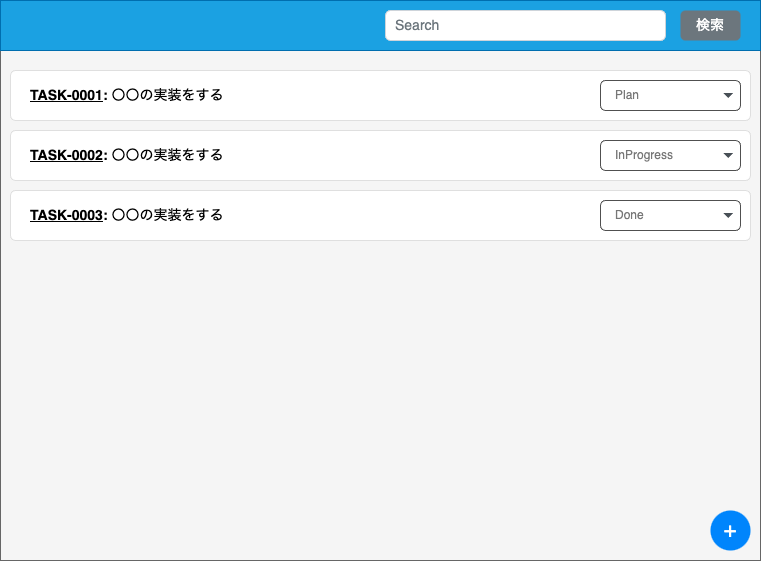
kanorix/task_management_app keeps this draw.io diagram as screen_desgin/assets/task_list.drawio.png. Above is the earlier version. Source tidied: cells renumbered, new cells last; positions are measured from the earlier drawing's top-left corner, leaving out a move shared by most shapes.
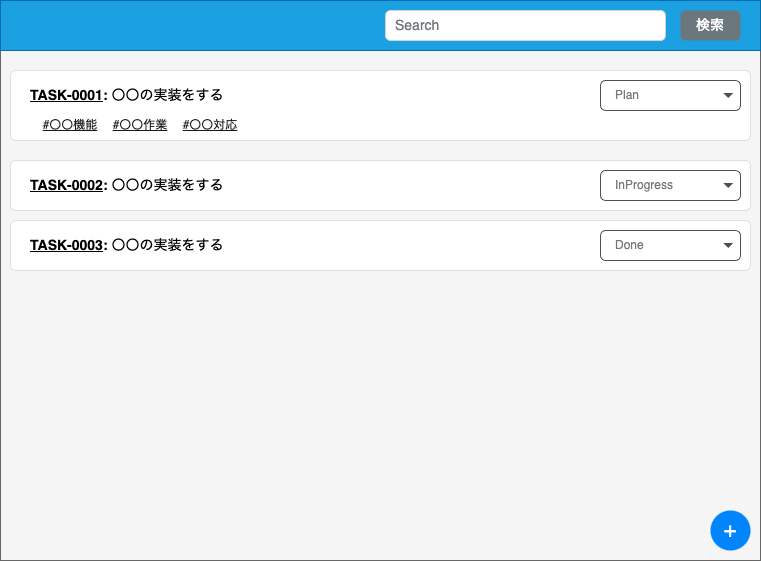
After the commit.

What changed in the source:
```diff
@@ -6,7 +6,7 @@
       <mxGeometry width="760" height="560" as="geometry" />
     </mxCell>
     <mxCell id="3" style="html=1;shadow=0;dashed=0;shape=mxgraph.bootstrap.rrect;rSize=5;strokeColor=#DFDFDF;html=1;whiteSpace=wrap;fillColor=#FFFFFF;fontColor=#000000;rounded=0;" parent="1" vertex="1">
-      <mxGeometry x="10" y="70" width="740" height="50" as="geometry" />
+      <mxGeometry x="10" y="70" width="740" height="70" as="geometry" />
     </mxCell>
     <mxCell id="4" value="&lt;span style=&quot;font-size: 14px;&quot;&gt;&lt;b style=&quot;font-size: 14px;&quot;&gt;&lt;u&gt;TASK-0001&lt;/u&gt;: &lt;/b&gt;&lt;span style=&quot;font-size: 14px;&quot;&gt;〇〇の実装をする&lt;br&gt;&lt;/span&gt;&lt;/span&gt;" style="perimeter=none;html=1;whiteSpace=wrap;fillColor=none;strokeColor=none;verticalAlign=middle;align=left;spacing=20;spacingTop=0;fontSize=14;rounded=0;fontColor=#000000;" parent="3" vertex="1">
       <mxGeometry width="740" height="50" relative="1" as="geometry" />
@@ -19,8 +19,17 @@
         <mxPoint x="-17" y="-2.5" as="offset" />
       </mxGeometry>
     </mxCell>
+    <mxCell id="19" value="#〇〇機能" style="text;html=1;strokeColor=none;fillColor=none;align=center;verticalAlign=middle;whiteSpace=wrap;rounded=0;labelBackgroundColor=none;fontColor=#1A1A1A;fontStyle=4;" parent="3" vertex="1">
+      <mxGeometry x="30" y="40" width="60" height="30" as="geometry" />
+    </mxCell>
+    <mxCell id="20" value="#〇〇作業" style="text;html=1;strokeColor=none;fillColor=none;align=center;verticalAlign=middle;whiteSpace=wrap;rounded=0;labelBackgroundColor=none;fontColor=#1A1A1A;fontStyle=4;" parent="3" vertex="1">
+      <mxGeometry x="90" y="40" width="80" height="30" as="geometry" />
+    </mxCell>
+    <mxCell id="21" value="#〇〇対応" style="text;html=1;strokeColor=none;fillColor=none;align=center;verticalAlign=middle;whiteSpace=wrap;rounded=0;labelBackgroundColor=none;fontColor=#1A1A1A;fontStyle=4;" parent="3" vertex="1">
+      <mxGeometry x="160" y="40" width="80" height="30" as="geometry" />
+    </mxCell>
     <mxCell id="7" style="html=1;shadow=0;dashed=0;shape=mxgraph.bootstrap.rrect;rSize=5;strokeColor=#DFDFDF;html=1;whiteSpace=wrap;fillColor=#FFFFFF;fontColor=#000000;rounded=0;" parent="1" vertex="1">
-      <mxGeometry x="10" y="130" width="740" height="50" as="geometry" />
+      <mxGeometry x="10" y="160" width="740" height="50" as="geometry" />
     </mxCell>
     <mxCell id="8" value="&lt;span style=&quot;font-size: 14px;&quot;&gt;&lt;b style=&quot;font-size: 14px;&quot;&gt;&lt;u&gt;TASK-0002&lt;/u&gt;: &lt;/b&gt;&lt;span style=&quot;font-size: 14px;&quot;&gt;〇〇の実装をする&lt;br&gt;&lt;/span&gt;&lt;/span&gt;" style="perimeter=none;html=1;whiteSpace=wrap;fillColor=none;strokeColor=none;verticalAlign=middle;align=left;spacing=20;spacingTop=0;fontSize=14;rounded=0;fontColor=#000000;" parent="7" vertex="1">
       <mxGeometry width="740" height="50" relative="1" as="geometry" />
@@ -34,7 +43,7 @@
       </mxGeometry>
     </mxCell>
     <mxCell id="11" style="html=1;shadow=0;dashed=0;shape=mxgraph.bootstrap.rrect;rSize=5;strokeColor=#DFDFDF;html=1;whiteSpace=wrap;fillColor=#FFFFFF;fontColor=#000000;rounded=0;" parent="1" vertex="1">
-      <mxGeometry x="10" y="190" width="740" height="50" as="geometry" />
+      <mxGeometry x="10" y="220" width="740" height="50" as="geometry" />
     </mxCell>
     <mxCell id="12" value="&lt;span style=&quot;font-size: 14px;&quot;&gt;&lt;b style=&quot;font-size: 14px;&quot;&gt;&lt;u&gt;TASK-0003&lt;/u&gt;: &lt;/b&gt;&lt;span style=&quot;font-size: 14px;&quot;&gt;〇〇の実装をする&lt;br&gt;&lt;/span&gt;&lt;/span&gt;" style="perimeter=none;html=1;whiteSpace=wrap;fillColor=none;strokeColor=none;verticalAlign=middle;align=left;spacing=20;spacingTop=0;fontSize=14;rounded=0;fontColor=#000000;" parent="11" vertex="1">
       <mxGeometry width="740" height="50" relative="1" as="geometry" />
```
